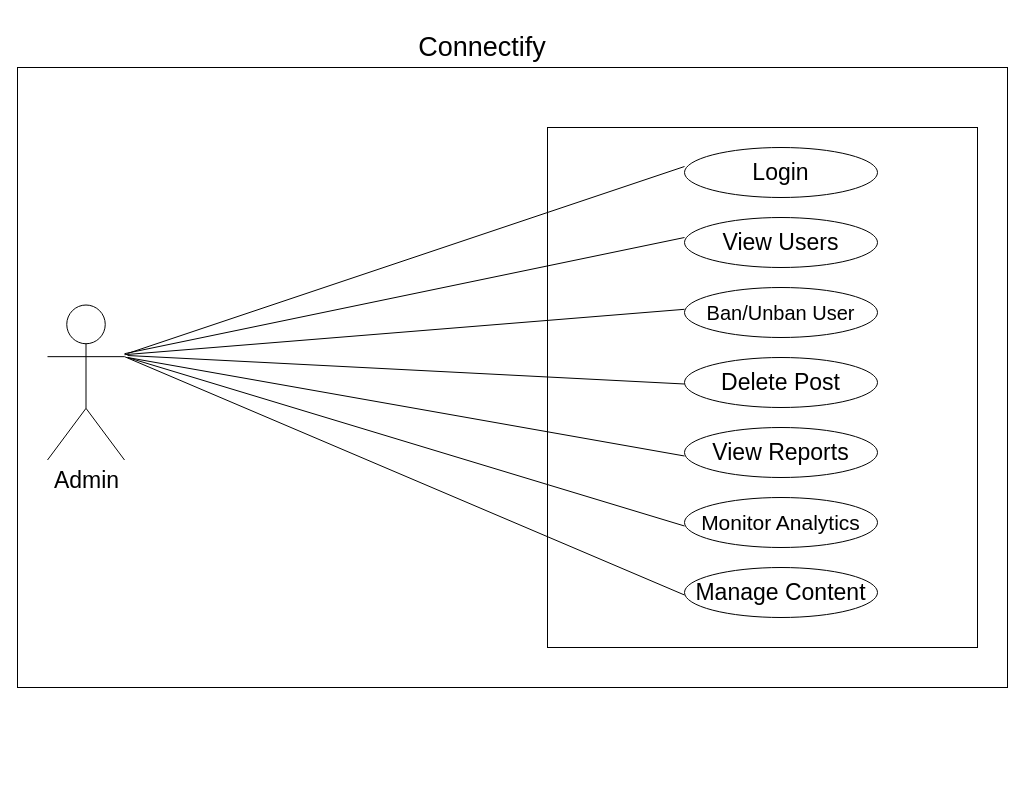
Above: Admin_Use_Case.drawio in abubakar8866/Connectify (draw.io), before the change. Source tidied: cells renumbered, new cells numbered last; positions are measured from the earlier drawing's top-left corner, leaving out a move shared by most shapes. Both pictures are drawn from the tidied source at 100%, with x=0, y=0 at pixel (17, 17).
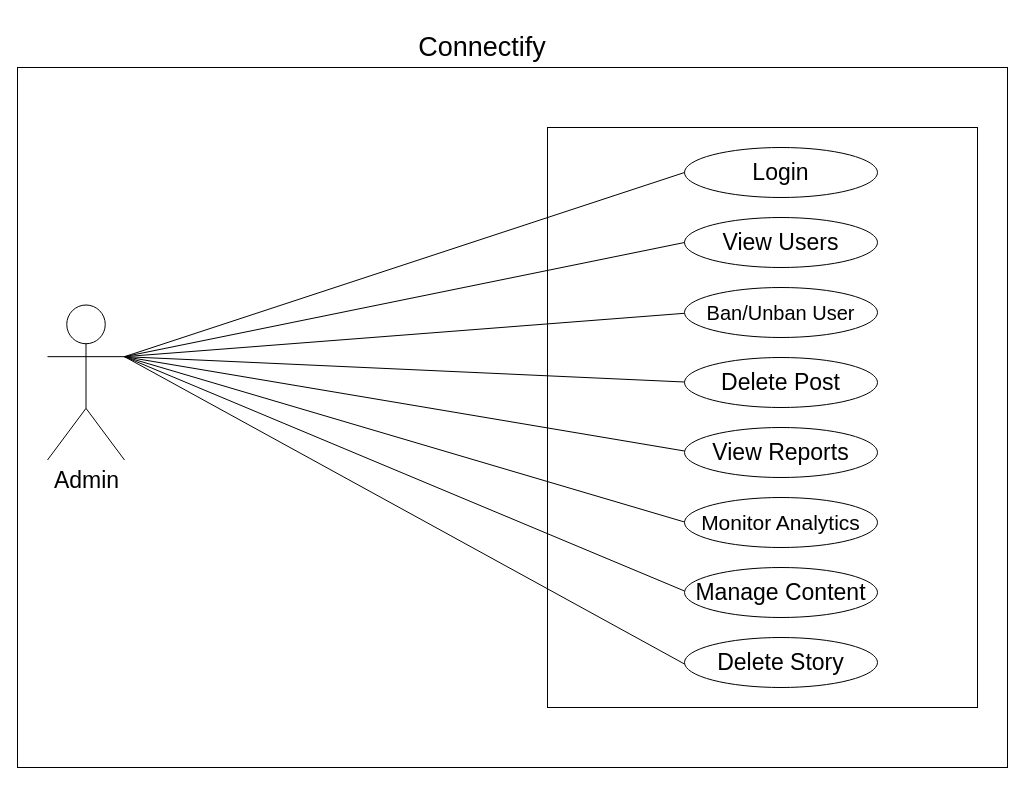
Above is the later version.

The change refers to these unchanged cells:
```xml
<mxCell id="11" value="&lt;span style=&quot;font-size: 23px;&quot;&gt;Admin&lt;/span&gt;" style="shape=umlActor;verticalLabelPosition=bottom;verticalAlign=top;html=1;outlineConnect=0;" parent="1" vertex="1">
  <mxGeometry x="30" y="287.5" width="77" height="155" as="geometry" />
</mxCell>
```

What changed in the source:
```diff
@@
     <mxCell id="2" style="rounded=0;whiteSpace=wrap;html=1;" parent="1" vertex="1">
-      <mxGeometry y="50" width="990" height="620" as="geometry" />
+      <mxGeometry y="50" width="990" height="700" as="geometry" />
     </mxCell>
     <mxCell id="3" style="rounded=0;whiteSpace=wrap;html=1;" parent="1" vertex="1">
-      <mxGeometry x="530" y="110" width="430" height="520" as="geometry" />
+      <mxGeometry x="530" y="110" width="430" height="580" as="geometry" />
     </mxCell>
@@
-    <mxCell id="12" style="endArrow=none;html=1;rounded=0;" parent="1" edge="1">
+    <mxCell id="12" style="endArrow=none;html=1;rounded=0;exitX=1;exitY=0.3333333333333333;exitDx=0;exitDy=0;exitPerimeter=0;" parent="1" edge="1" source="11">
       <mxGeometry relative="1" as="geometry">
-        <mxPoint x="110" y="336" as="sourcePoint" />
-        <mxPoint x="667" y="149" as="targetPoint" />
+        <mxPoint x="667" y="155" as="targetPoint" />
       </mxGeometry>
     </mxCell>
-    <mxCell id="13" style="endArrow=none;html=1;rounded=0;exitX=1;exitY=0.3333333333333333;exitDx=0;exitDy=0;exitPerimeter=0;" parent="1" edge="1">
+    <mxCell id="13" style="endArrow=none;html=1;rounded=0;exitX=1;exitY=0.3333333333333333;exitDx=0;exitDy=0;exitPerimeter=0;" parent="1" edge="1" source="11">
       <mxGeometry relative="1" as="geometry">
-        <mxPoint x="107" y="336.2" as="sourcePoint" />
-        <mxPoint x="667" y="220" as="targetPoint" />
+        <mxPoint x="667" y="225" as="targetPoint" />
       </mxGeometry>
     </mxCell>
-    <mxCell id="14" style="endArrow=none;html=1;rounded=0;exitX=1;exitY=0.3333333333333333;exitDx=0;exitDy=0;exitPerimeter=0;" parent="1" edge="1">
+    <mxCell id="14" style="endArrow=none;html=1;rounded=0;exitX=1;exitY=0.3333333333333333;exitDx=0;exitDy=0;exitPerimeter=0;" parent="1" edge="1" source="11">
       <mxGeometry relative="1" as="geometry">
-        <mxPoint x="107" y="337.2" as="sourcePoint" />
-        <mxPoint x="667" y="291.8" as="targetPoint" />
+        <mxPoint x="667" y="295.8" as="targetPoint" />
       </mxGeometry>
     </mxCell>
     <mxCell id="15" style="endArrow=none;html=1;rounded=0;exitX=1;exitY=0.3333333333333333;exitDx=0;exitDy=0;exitPerimeter=0;" parent="1" edge="1" source="11">
       <mxGeometry relative="1" as="geometry">
-        <mxPoint x="667" y="577.5" as="targetPoint" />
+        <mxPoint x="667" y="573.5" as="targetPoint" />
       </mxGeometry>
     </mxCell>
-    <mxCell id="16" style="endArrow=none;html=1;rounded=0;" parent="1" edge="1">
+    <mxCell id="16" style="endArrow=none;html=1;rounded=0;exitX=1;exitY=0.3333333333333333;exitDx=0;exitDy=0;exitPerimeter=0;" parent="1" edge="1" source="11">
       <mxGeometry relative="1" as="geometry">
-        <mxPoint x="110" y="340" as="sourcePoint" />
-        <mxPoint x="667" y="508.5" as="targetPoint" />
+        <mxPoint x="667" y="504.5" as="targetPoint" />
       </mxGeometry>
     </mxCell>
-    <mxCell id="17" style="endArrow=none;html=1;rounded=0;" parent="1" edge="1">
+    <mxCell id="17" style="endArrow=none;html=1;rounded=0;exitX=1;exitY=0.3333333333333333;exitDx=0;exitDy=0;exitPerimeter=0;" parent="1" edge="1" source="11">
       <mxGeometry relative="1" as="geometry">
-        <mxPoint x="110" y="340" as="sourcePoint" />
-        <mxPoint x="667" y="438.5" as="targetPoint" />
+        <mxPoint x="667" y="433.5" as="targetPoint" />
       </mxGeometry>
     </mxCell>
-    <mxCell id="18" style="endArrow=none;html=1;rounded=0;" parent="1" edge="1">
+    <mxCell id="18" style="endArrow=none;html=1;rounded=0;exitX=1;exitY=0.3333333333333333;exitDx=0;exitDy=0;exitPerimeter=0;" parent="1" edge="1" source="11">
       <mxGeometry relative="1" as="geometry">
-        <mxPoint x="110" y="338" as="sourcePoint" />
-        <mxPoint x="667" y="366.5" as="targetPoint" />
+        <mxPoint x="667" y="364.5" as="targetPoint" />
       </mxGeometry>
     </mxCell>
@@
+    <mxCell id="20" value="&lt;span style=&quot;font-size: 23px;&quot;&gt;Delete Story&lt;/span&gt;" style="ellipse;whiteSpace=wrap;html=1;" parent="1" vertex="1">
+      <mxGeometry x="667" y="620" width="193" height="50" as="geometry" />
+    </mxCell>
+    <mxCell id="21" style="endArrow=none;html=1;rounded=0;exitX=1;exitY=0.3333333333333333;exitDx=0;exitDy=0;exitPerimeter=0;" parent="1" edge="1" source="11">
+      <mxGeometry relative="1" as="geometry">
+        <mxPoint x="667" y="646.5" as="targetPoint" />
+      </mxGeometry>
+    </mxCell>
```
